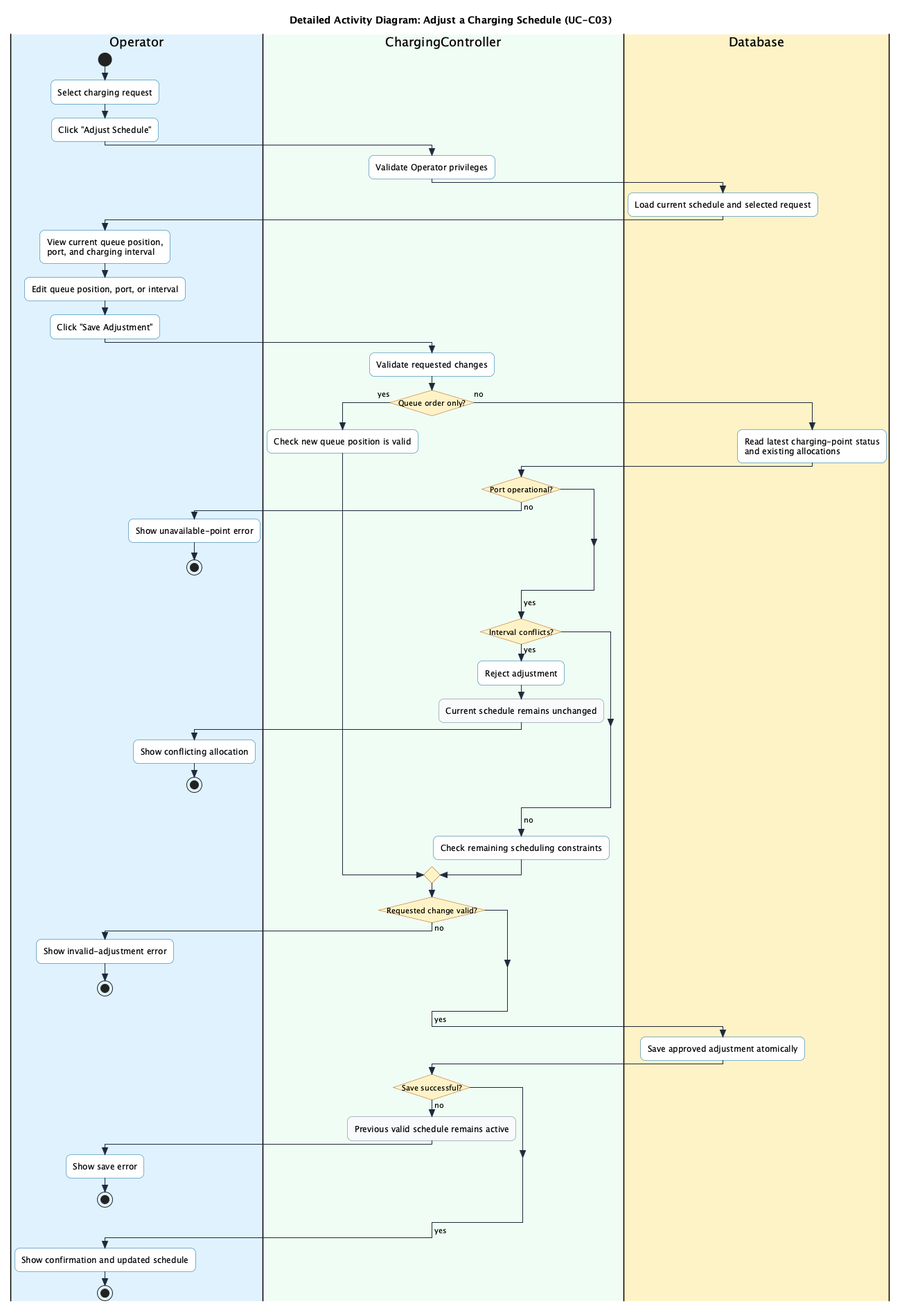
Above: docs/submission-2/activity-diagrams/smart-charging/AD_AdjustChargingSchedule.png in thanhpham1108/smart-e-mobility-hub (PlantUML), before the change.
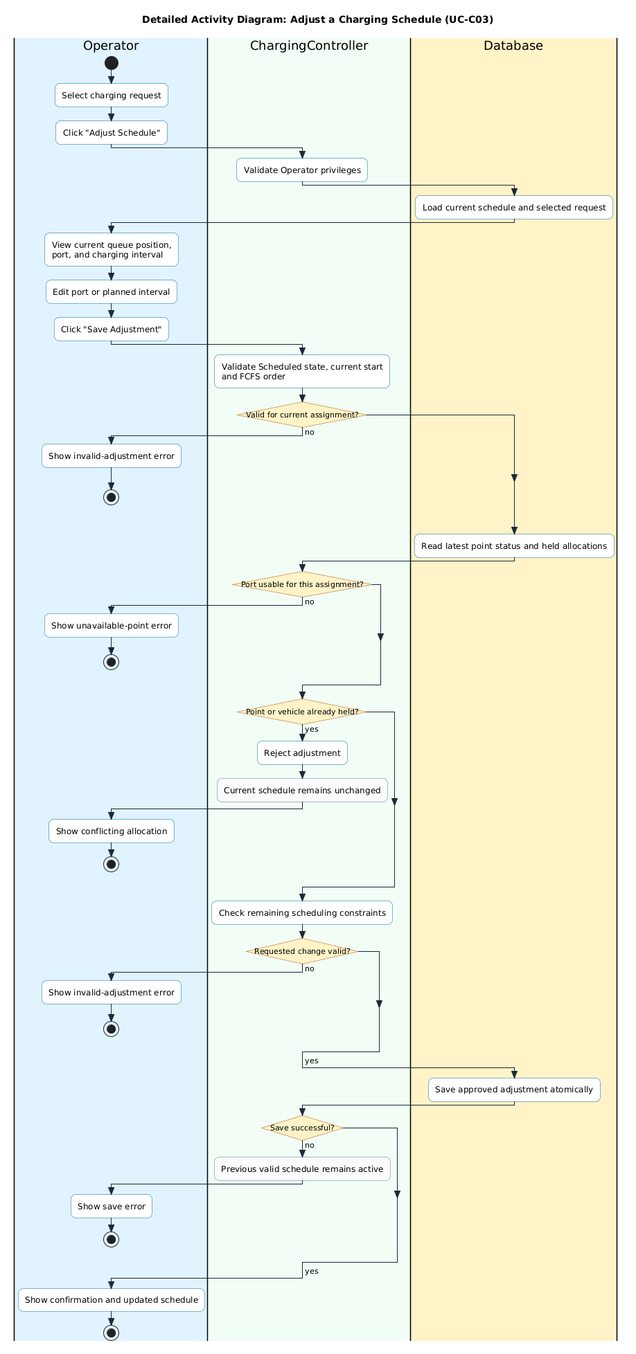
The same diagram one commit later.

The edit, as a diff of the source:
```diff
@@ -1,4 +1,4 @@
-@startuml AD_AdjustChargingSchedule
+@startuml
 skinparam style strictuml
 skinparam conditionStyle insideDiamond
 skinparam activityShape rounded
@@ -37,39 +37,38 @@
 |Operator|
 :View current queue position,
 port, and charging interval;
-:Edit queue position, port, or interval;
+:Edit port or planned interval;
 :Click "Save Adjustment";
 
 |ChargingController|
-:Validate requested changes;
-if (Queue order only?) then (yes)
-  :Check new queue position is valid;
-else (no)
-  |Database|
-  :Read latest charging-point status
-  and existing allocations;
+:Validate Scheduled state, current start
+and FCFS order;
+if (Valid for current assignment?) then (no)
+  |Operator|
+  :Show invalid-adjustment error;
+  stop
+endif
+|Database|
+:Read latest point status and held allocations;
 
-  |ChargingController|
-  if (Port operational?) then (no)
-    |Operator|
-    :Show unavailable-point error;
-    stop
-  endif
-  ->yes;
+|ChargingController|
+if (Port usable for this assignment?) then (no)
+  |Operator|
+  :Show unavailable-point error;
+  stop
+endif
 
-  |ChargingController|
-  if (Interval conflicts?) then (yes)
-    :Reject adjustment;
-    :Current schedule remains unchanged; <<status>>
-    |Operator|
-    :Show conflicting allocation;
-    stop
-  endif
-  ->no;
+|ChargingController|
+if (Point or vehicle already held?) then (yes)
+  :Reject adjustment;
+  :Current schedule remains unchanged; <<status>>
+  |Operator|
+  :Show conflicting allocation;
+  stop
+endif
 
-  |ChargingController|
-  :Check remaining scheduling constraints;
-endif
+|ChargingController|
+:Check remaining scheduling constraints;
 
 |ChargingController|
 if (Requested change valid?) then (no)
```
